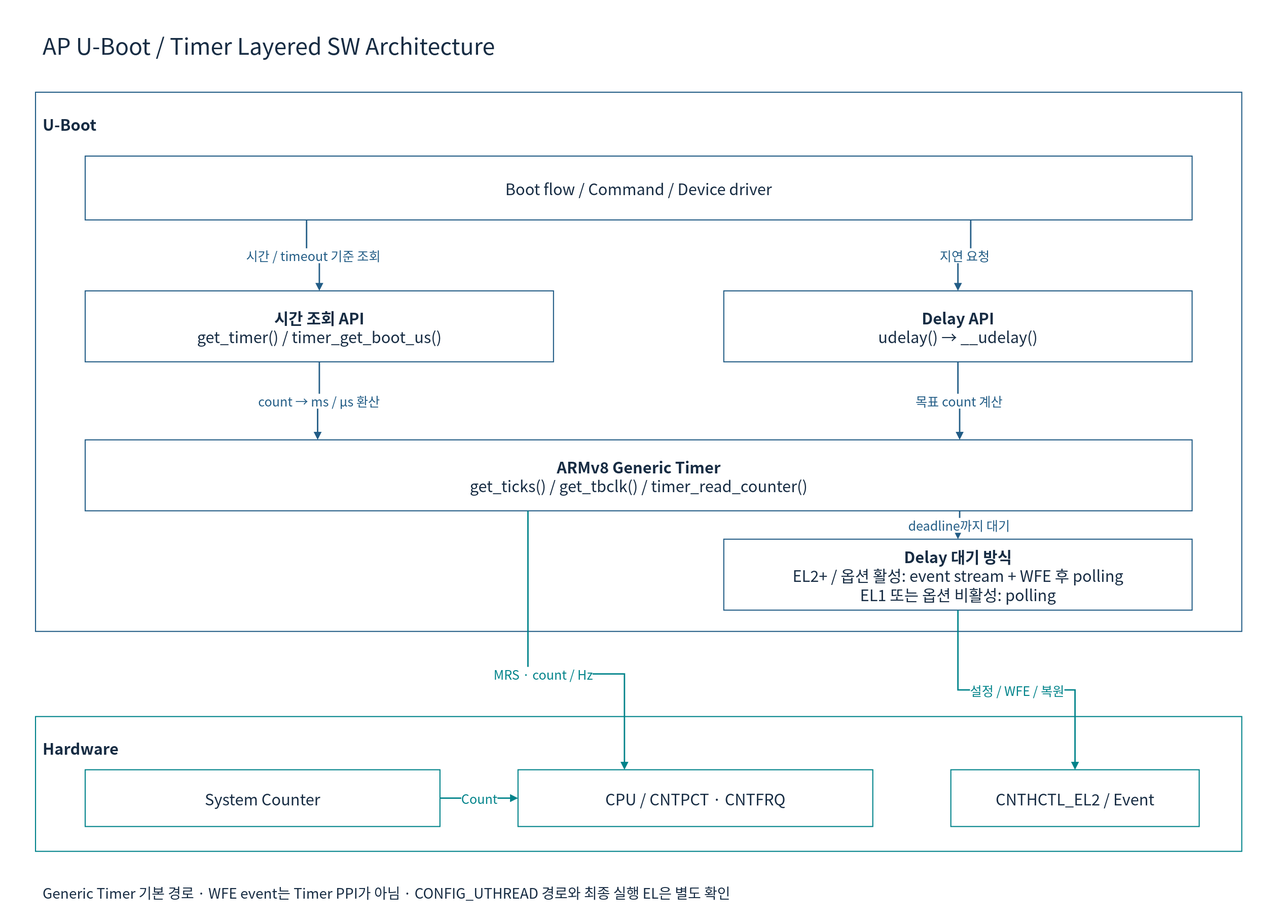
The draw.io diagram doc/phase1/timer/diagrams/08d-uboot-software.drawio.svg in cometzero/project-apollo, before a commit. Source tidied: cells renumbered, new cells last; positions are measured from the earlier drawing's top-left corner, leaving out a move shared by most shapes. The source it was exported from:
```xml
<mxGraphModel background="#FFFFFF">
  <root>
    <mxCell id="0" />
    <mxCell id="1" parent="0" />
    <mxCell id="2" style="rounded=0;whiteSpace=wrap;html=1;fillColor=#FFFFFF;strokeColor=none;strokeWidth=1.5;fontColor=#172C43;fontFamily=Noto Sans CJK KR;fontSize=22;spacing=10;" parent="1" vertex="1">
      <mxGeometry width="1800" height="1300" as="geometry" />
    </mxCell>
    <mxCell id="3" value="AP U-Boot / Timer Layered SW Architecture" style="rounded=0;whiteSpace=wrap;html=1;fillColor=#FFFFFF;strokeColor=none;strokeWidth=1.5;fontColor=#172C43;fontFamily=Noto Sans CJK KR;fontSize=22;spacing=10;fontSize=32;align=left;" parent="1" vertex="1">
      <mxGeometry x="50" y="30" width="1700" height="65" as="geometry" />
    </mxCell>
    <mxCell id="4" value="U-Boot" style="rounded=0;whiteSpace=wrap;html=1;fillColor=#FFFFFF;strokeColor=#235D86;strokeWidth=1.5;fontColor=#172C43;fontFamily=Noto Sans CJK KR;fontSize=22;spacing=10;verticalAlign=top;fontStyle=1;spacingTop=16;align=left;" parent="1" vertex="1">
      <mxGeometry x="50" y="130" width="1700" height="760" as="geometry" />
    </mxCell>
    <mxCell id="5" value="Boot flow / Command / Device driver" style="rounded=0;whiteSpace=wrap;html=1;fillColor=#FFFFFF;strokeColor=#235D86;strokeWidth=1.5;fontColor=#172C43;fontFamily=Noto Sans CJK KR;fontSize=22;spacing=10;" parent="4" vertex="1">
      <mxGeometry x="70" y="90" width="1560" height="90" as="geometry" />
    </mxCell>
    <mxCell id="6" value="&lt;b&gt;시간 조회 API&lt;/b&gt;&lt;br&gt;get_timer() / timer_get_boot_us()" style="rounded=0;whiteSpace=wrap;html=1;fillColor=#FFFFFF;strokeColor=#235D86;strokeWidth=1.5;fontColor=#172C43;fontFamily=Noto Sans CJK KR;fontSize=22;spacing=10;" parent="4" vertex="1">
      <mxGeometry x="70" y="280" width="660" height="100" as="geometry" />
    </mxCell>
    <mxCell id="7" value="&lt;b&gt;Delay API&lt;/b&gt;&lt;br&gt;udelay() → __udelay()" style="rounded=0;whiteSpace=wrap;html=1;fillColor=#FFFFFF;strokeColor=#235D86;strokeWidth=1.5;fontColor=#172C43;fontFamily=Noto Sans CJK KR;fontSize=22;spacing=10;" parent="4" vertex="1">
      <mxGeometry x="970" y="280" width="660" height="100" as="geometry" />
    </mxCell>
    <mxCell id="8" value="&lt;b&gt;ARMv8 Generic Timer&lt;/b&gt;&lt;br&gt;get_ticks() / get_tbclk() / timer_read_counter()" style="rounded=0;whiteSpace=wrap;html=1;fillColor=#FFFFFF;strokeColor=#235D86;strokeWidth=1.5;fontColor=#172C43;fontFamily=Noto Sans CJK KR;fontSize=22;spacing=10;" parent="4" vertex="1">
      <mxGeometry x="70" y="490" width="1560" height="100" as="geometry" />
    </mxCell>
    <mxCell id="9" value="&lt;b&gt;Delay 대기 방식&lt;/b&gt;&lt;br&gt;EL2+ / 옵션 활성: event stream + WFE 후 polling&lt;br&gt;EL1 또는 옵션 비활성: polling" style="rounded=0;whiteSpace=wrap;html=1;fillColor=#FFFFFF;strokeColor=#235D86;strokeWidth=1.5;fontColor=#172C43;fontFamily=Noto Sans CJK KR;fontSize=22;spacing=10;" parent="4" vertex="1">
      <mxGeometry x="970" y="630" width="660" height="100" as="geometry" />
    </mxCell>
    <mxCell id="10" value="시간 / timeout 기준 조회" style="edgeStyle=orthogonalEdgeStyle;rounded=0;html=1;endArrow=block;endFill=1;strokeWidth=2;strokeColor=#235D86;fontColor=#235D86;fontFamily=Noto Sans CJK KR;fontSize=18;labelBackgroundColor=#FFFFFF;exitX=0.2;exitY=1;entryX=0.5;entryY=0;" parent="1" edge="1" source="5" target="6">
      <mxGeometry relative="1" as="geometry" />
    </mxCell>
    <mxCell id="11" value="지연 요청" style="edgeStyle=orthogonalEdgeStyle;rounded=0;html=1;endArrow=block;endFill=1;strokeWidth=2;strokeColor=#235D86;fontColor=#235D86;fontFamily=Noto Sans CJK KR;fontSize=18;labelBackgroundColor=#FFFFFF;exitX=0.8;exitY=1;entryX=0.5;entryY=0;" parent="1" edge="1" source="5" target="7">
      <mxGeometry relative="1" as="geometry" />
    </mxCell>
    <mxCell id="12" value="count → ms / μs 환산" style="edgeStyle=orthogonalEdgeStyle;rounded=0;html=1;endArrow=block;endFill=1;strokeWidth=2;strokeColor=#235D86;fontColor=#235D86;fontFamily=Noto Sans CJK KR;fontSize=18;labelBackgroundColor=#FFFFFF;exitX=0.5;exitY=1;entryX=0.21;entryY=0;" parent="1" edge="1" source="6" target="8">
      <mxGeometry relative="1" as="geometry" />
    </mxCell>
    <mxCell id="13" value="목표 count 계산" style="edgeStyle=orthogonalEdgeStyle;rounded=0;html=1;endArrow=block;endFill=1;strokeWidth=2;strokeColor=#235D86;fontColor=#235D86;fontFamily=Noto Sans CJK KR;fontSize=18;labelBackgroundColor=#FFFFFF;exitX=0.5;exitY=1;entryX=0.79;entryY=0;" parent="1" edge="1" source="7" target="8">
      <mxGeometry relative="1" as="geometry" />
    </mxCell>
    <mxCell id="14" value="deadline까지 대기" style="edgeStyle=orthogonalEdgeStyle;rounded=0;html=1;endArrow=block;endFill=1;strokeWidth=2;strokeColor=#235D86;fontColor=#235D86;fontFamily=Noto Sans CJK KR;fontSize=18;labelBackgroundColor=#FFFFFF;exitX=0.79;exitY=1;entryX=0.5;entryY=0;" parent="1" edge="1" source="8" target="9">
      <mxGeometry relative="1" as="geometry" />
    </mxCell>
    <mxCell id="15" value="Hardware" style="rounded=0;whiteSpace=wrap;html=1;fillColor=#FFFFFF;strokeColor=#00838A;strokeWidth=1.5;fontColor=#172C43;fontFamily=Noto Sans CJK KR;fontSize=22;spacing=10;verticalAlign=top;fontStyle=1;spacingTop=16;align=left;" parent="1" vertex="1">
      <mxGeometry x="50" y="1010" width="1700" height="190" as="geometry" />
    </mxCell>
    <mxCell id="16" value="System Counter" style="rounded=0;whiteSpace=wrap;html=1;fillColor=#FFFFFF;strokeColor=#00838A;strokeWidth=1.5;fontColor=#172C43;fontFamily=Noto Sans CJK KR;fontSize=22;spacing=10;" parent="15" vertex="1">
      <mxGeometry x="70" y="75" width="500" height="80" as="geometry" />
    </mxCell>
    <mxCell id="17" value="CPU / CNTPCT · CNTFRQ" style="rounded=0;whiteSpace=wrap;html=1;fillColor=#FFFFFF;strokeColor=#00838A;strokeWidth=1.5;fontColor=#172C43;fontFamily=Noto Sans CJK KR;fontSize=22;spacing=10;" parent="15" vertex="1">
      <mxGeometry x="680" y="75" width="500" height="80" as="geometry" />
    </mxCell>
    <mxCell id="18" value="CNTHCTL_EL2 / Event" style="rounded=0;whiteSpace=wrap;html=1;fillColor=#FFFFFF;strokeColor=#00838A;strokeWidth=1.5;fontColor=#172C43;fontFamily=Noto Sans CJK KR;fontSize=22;spacing=10;" parent="15" vertex="1">
      <mxGeometry x="1290" y="75" width="350" height="80" as="geometry" />
    </mxCell>
    <mxCell id="19" value="Count" style="edgeStyle=orthogonalEdgeStyle;rounded=0;html=1;endArrow=block;endFill=1;strokeWidth=2;strokeColor=#00838A;fontColor=#00838A;fontFamily=Noto Sans CJK KR;fontSize=18;labelBackgroundColor=#FFFFFF;exitX=1;exitY=0.5;entryX=0;entryY=0.5;" parent="1" edge="1" source="16" target="17">
      <mxGeometry relative="1" as="geometry" />
    </mxCell>
    <mxCell id="20" value="MRS · count / Hz" style="edgeStyle=orthogonalEdgeStyle;rounded=0;html=1;endArrow=block;endFill=1;strokeWidth=2;strokeColor=#00838A;fontColor=#00838A;fontFamily=Noto Sans CJK KR;fontSize=18;labelBackgroundColor=#FFFFFF;exitX=0.4;exitY=1;entryX=0.3;entryY=0;" parent="1" edge="1" source="8" target="17">
      <mxGeometry relative="1" as="geometry">
        <Array as="points">
          <mxPoint x="744" y="950" />
          <mxPoint x="880" y="950" />
        </Array>
      </mxGeometry>
    </mxCell>
    <mxCell id="21" value="설정 / WFE / 복원" style="edgeStyle=orthogonalEdgeStyle;rounded=0;html=1;endArrow=block;endFill=1;strokeWidth=2;strokeColor=#00838A;fontColor=#00838A;fontFamily=Noto Sans CJK KR;fontSize=18;labelBackgroundColor=#FFFFFF;exitX=0.5;exitY=1;entryX=0.5;entryY=0;" parent="1" edge="1" source="9" target="18">
      <mxGeometry relative="1" as="geometry" />
    </mxCell>
    <mxCell id="22" value="Generic Timer 기본 경로 · WFE event는 Timer PPI가 아님 · CONFIG_UTHREAD 경로와 최종 실행 EL은 별도 확인" style="rounded=0;whiteSpace=wrap;html=1;fillColor=#FFFFFF;strokeColor=none;strokeWidth=1.5;fontColor=#172C43;fontFamily=Noto Sans CJK KR;fontSize=22;spacing=10;fontSize=20;align=left;" parent="1" vertex="1">
      <mxGeometry x="50" y="1230" width="1700" height="55" as="geometry" />
    </mxCell>
  </root>
</mxGraphModel>
```
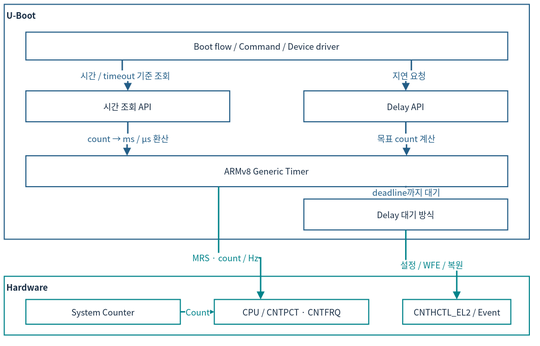
The same diagram one commit later.

Diff of the diagram source:
```diff
@@ -2,73 +2,64 @@
   <root>
     <mxCell id="0" />
     <mxCell id="1" parent="0" />
-    <mxCell id="2" style="rounded=0;whiteSpace=wrap;html=1;fillColor=#FFFFFF;strokeColor=none;strokeWidth=1.5;fontColor=#172C43;fontFamily=Noto Sans CJK KR;fontSize=22;spacing=10;" parent="1" vertex="1">
-      <mxGeometry width="1800" height="1300" as="geometry" />
-    </mxCell>
-    <mxCell id="3" value="AP U-Boot / Timer Layered SW Architecture" style="rounded=0;whiteSpace=wrap;html=1;fillColor=#FFFFFF;strokeColor=none;strokeWidth=1.5;fontColor=#172C43;fontFamily=Noto Sans CJK KR;fontSize=22;spacing=10;fontSize=32;align=left;" parent="1" vertex="1">
-      <mxGeometry x="50" y="30" width="1700" height="65" as="geometry" />
-    </mxCell>
-    <mxCell id="4" value="U-Boot" style="rounded=0;whiteSpace=wrap;html=1;fillColor=#FFFFFF;strokeColor=#235D86;strokeWidth=1.5;fontColor=#172C43;fontFamily=Noto Sans CJK KR;fontSize=22;spacing=10;verticalAlign=top;fontStyle=1;spacingTop=16;align=left;" parent="1" vertex="1">
-      <mxGeometry x="50" y="130" width="1700" height="760" as="geometry" />
+    <mxCell id="4" value="U-Boot" style="rounded=0;whiteSpace=wrap;html=1;fillColor=#FFFFFF;strokeColor=#235D86;strokeWidth=1.5;fontColor=#172C43;fontFamily=Noto Sans CJK KR;verticalAlign=top;fontStyle=1;align=left;fontSize=12;spacing=3;whiteSpace=wrap;" parent="1" vertex="1">
+      <mxGeometry x="12" y="35.9" width="740" height="330.8" as="geometry" />
     </mxCell>
-    <mxCell id="5" value="Boot flow / Command / Device driver" style="rounded=0;whiteSpace=wrap;html=1;fillColor=#FFFFFF;strokeColor=#235D86;strokeWidth=1.5;fontColor=#172C43;fontFamily=Noto Sans CJK KR;fontSize=22;spacing=10;" parent="4" vertex="1">
-      <mxGeometry x="70" y="90" width="1560" height="90" as="geometry" />
+    <mxCell id="5" value="Boot flow / Command / Device driver" style="rounded=0;whiteSpace=wrap;html=1;fillColor=#FFFFFF;strokeColor=#235D86;strokeWidth=1.5;fontColor=#172C43;fontFamily=Noto Sans CJK KR;fontSize=12;spacing=3;whiteSpace=wrap;" parent="4" vertex="1">
+      <mxGeometry x="30.5" y="39.2" width="679.1" height="39.2" as="geometry" />
     </mxCell>
-    <mxCell id="6" value="&lt;b&gt;시간 조회 API&lt;/b&gt;&lt;br&gt;get_timer() / timer_get_boot_us()" style="rounded=0;whiteSpace=wrap;html=1;fillColor=#FFFFFF;strokeColor=#235D86;strokeWidth=1.5;fontColor=#172C43;fontFamily=Noto Sans CJK KR;fontSize=22;spacing=10;" parent="4" vertex="1">
-      <mxGeometry x="70" y="280" width="660" height="100" as="geometry" />
+    <mxCell id="6" value="시간 조회 API" style="rounded=0;whiteSpace=wrap;html=1;fillColor=#FFFFFF;strokeColor=#235D86;strokeWidth=1.5;fontColor=#172C43;fontFamily=Noto Sans CJK KR;fontSize=12;spacing=3;whiteSpace=wrap;" parent="4" vertex="1">
+      <mxGeometry x="30.5" y="121.9" width="287.3" height="43.5" as="geometry" />
     </mxCell>
-    <mxCell id="7" value="&lt;b&gt;Delay API&lt;/b&gt;&lt;br&gt;udelay() → __udelay()" style="rounded=0;whiteSpace=wrap;html=1;fillColor=#FFFFFF;strokeColor=#235D86;strokeWidth=1.5;fontColor=#172C43;fontFamily=Noto Sans CJK KR;fontSize=22;spacing=10;" parent="4" vertex="1">
-      <mxGeometry x="970" y="280" width="660" height="100" as="geometry" />
+    <mxCell id="7" value="Delay API" style="rounded=0;whiteSpace=wrap;html=1;fillColor=#FFFFFF;strokeColor=#235D86;strokeWidth=1.5;fontColor=#172C43;fontFamily=Noto Sans CJK KR;fontSize=12;spacing=3;whiteSpace=wrap;" parent="4" vertex="1">
+      <mxGeometry x="422.2" y="121.9" width="287.3" height="43.5" as="geometry" />
     </mxCell>
-    <mxCell id="8" value="&lt;b&gt;ARMv8 Generic Timer&lt;/b&gt;&lt;br&gt;get_ticks() / get_tbclk() / timer_read_counter()" style="rounded=0;whiteSpace=wrap;html=1;fillColor=#FFFFFF;strokeColor=#235D86;strokeWidth=1.5;fontColor=#172C43;fontFamily=Noto Sans CJK KR;fontSize=22;spacing=10;" parent="4" vertex="1">
-      <mxGeometry x="70" y="490" width="1560" height="100" as="geometry" />
+    <mxCell id="8" value="ARMv8 Generic Timer" style="rounded=0;whiteSpace=wrap;html=1;fillColor=#FFFFFF;strokeColor=#235D86;strokeWidth=1.5;fontColor=#172C43;fontFamily=Noto Sans CJK KR;fontSize=12;spacing=3;whiteSpace=wrap;" parent="4" vertex="1">
+      <mxGeometry x="30.5" y="213.3" width="679.1" height="43.5" as="geometry" />
     </mxCell>
-    <mxCell id="9" value="&lt;b&gt;Delay 대기 방식&lt;/b&gt;&lt;br&gt;EL2+ / 옵션 활성: event stream + WFE 후 polling&lt;br&gt;EL1 또는 옵션 비활성: polling" style="rounded=0;whiteSpace=wrap;html=1;fillColor=#FFFFFF;strokeColor=#235D86;strokeWidth=1.5;fontColor=#172C43;fontFamily=Noto Sans CJK KR;fontSize=22;spacing=10;" parent="4" vertex="1">
-      <mxGeometry x="970" y="630" width="660" height="100" as="geometry" />
+    <mxCell id="9" value="Delay 대기 방식" style="rounded=0;whiteSpace=wrap;html=1;fillColor=#FFFFFF;strokeColor=#235D86;strokeWidth=1.5;fontColor=#172C43;fontFamily=Noto Sans CJK KR;fontSize=12;spacing=3;whiteSpace=wrap;" parent="4" vertex="1">
+      <mxGeometry x="422.2" y="274.2" width="287.3" height="43.5" as="geometry" />
     </mxCell>
-    <mxCell id="10" value="시간 / timeout 기준 조회" style="edgeStyle=orthogonalEdgeStyle;rounded=0;html=1;endArrow=block;endFill=1;strokeWidth=2;strokeColor=#235D86;fontColor=#235D86;fontFamily=Noto Sans CJK KR;fontSize=18;labelBackgroundColor=#FFFFFF;exitX=0.2;exitY=1;entryX=0.5;entryY=0;" parent="1" edge="1" source="5" target="6">
+    <mxCell id="10" value="시간 / timeout 기준 조회" style="edgeStyle=orthogonalEdgeStyle;rounded=0;html=1;endArrow=block;endFill=1;strokeWidth=2;strokeColor=#235D86;fontColor=#235D86;fontFamily=Noto Sans CJK KR;labelBackgroundColor=#FFFFFF;exitX=0.2;exitY=1;entryX=0.5;entryY=0;fontSize=12;spacing=3;whiteSpace=nowrap;" parent="1" edge="1" source="5" target="6">
       <mxGeometry relative="1" as="geometry" />
     </mxCell>
-    <mxCell id="11" value="지연 요청" style="edgeStyle=orthogonalEdgeStyle;rounded=0;html=1;endArrow=block;endFill=1;strokeWidth=2;strokeColor=#235D86;fontColor=#235D86;fontFamily=Noto Sans CJK KR;fontSize=18;labelBackgroundColor=#FFFFFF;exitX=0.8;exitY=1;entryX=0.5;entryY=0;" parent="1" edge="1" source="5" target="7">
+    <mxCell id="11" value="지연 요청" style="edgeStyle=orthogonalEdgeStyle;rounded=0;html=1;endArrow=block;endFill=1;strokeWidth=2;strokeColor=#235D86;fontColor=#235D86;fontFamily=Noto Sans CJK KR;labelBackgroundColor=#FFFFFF;exitX=0.8;exitY=1;entryX=0.5;entryY=0;fontSize=12;spacing=3;whiteSpace=nowrap;" parent="1" edge="1" source="5" target="7">
       <mxGeometry relative="1" as="geometry" />
     </mxCell>
-    <mxCell id="12" value="count → ms / μs 환산" style="edgeStyle=orthogonalEdgeStyle;rounded=0;html=1;endArrow=block;endFill=1;strokeWidth=2;strokeColor=#235D86;fontColor=#235D86;fontFamily=Noto Sans CJK KR;fontSize=18;labelBackgroundColor=#FFFFFF;exitX=0.5;exitY=1;entryX=0.21;entryY=0;" parent="1" edge="1" source="6" target="8">
+    <mxCell id="12" value="count → ms / μs 환산" style="edgeStyle=orthogonalEdgeStyle;rounded=0;html=1;endArrow=block;endFill=1;strokeWidth=2;strokeColor=#235D86;fontColor=#235D86;fontFamily=Noto Sans CJK KR;labelBackgroundColor=#FFFFFF;exitX=0.5;exitY=1;entryX=0.21;entryY=0;fontSize=12;spacing=3;whiteSpace=nowrap;" parent="1" edge="1" source="6" target="8">
       <mxGeometry relative="1" as="geometry" />
     </mxCell>
-    <mxCell id="13" value="목표 count 계산" style="edgeStyle=orthogonalEdgeStyle;rounded=0;html=1;endArrow=block;endFill=1;strokeWidth=2;strokeColor=#235D86;fontColor=#235D86;fontFamily=Noto Sans CJK KR;fontSize=18;labelBackgroundColor=#FFFFFF;exitX=0.5;exitY=1;entryX=0.79;entryY=0;" parent="1" edge="1" source="7" target="8">
+    <mxCell id="13" value="목표 count 계산" style="edgeStyle=orthogonalEdgeStyle;rounded=0;html=1;endArrow=block;endFill=1;strokeWidth=2;strokeColor=#235D86;fontColor=#235D86;fontFamily=Noto Sans CJK KR;labelBackgroundColor=#FFFFFF;exitX=0.5;exitY=1;entryX=0.79;entryY=0;fontSize=12;spacing=3;whiteSpace=nowrap;" parent="1" edge="1" source="7" target="8">
       <mxGeometry relative="1" as="geometry" />
     </mxCell>
-    <mxCell id="14" value="deadline까지 대기" style="edgeStyle=orthogonalEdgeStyle;rounded=0;html=1;endArrow=block;endFill=1;strokeWidth=2;strokeColor=#235D86;fontColor=#235D86;fontFamily=Noto Sans CJK KR;fontSize=18;labelBackgroundColor=#FFFFFF;exitX=0.79;exitY=1;entryX=0.5;entryY=0;" parent="1" edge="1" source="8" target="9">
+    <mxCell id="14" value="deadline까지 대기" style="edgeStyle=orthogonalEdgeStyle;rounded=0;html=1;endArrow=block;endFill=1;strokeWidth=2;strokeColor=#235D86;fontColor=#235D86;fontFamily=Noto Sans CJK KR;labelBackgroundColor=#FFFFFF;exitX=0.79;exitY=1;entryX=0.5;entryY=0;fontSize=12;spacing=3;whiteSpace=nowrap;" parent="1" edge="1" source="8" target="9">
       <mxGeometry relative="1" as="geometry" />
     </mxCell>
-    <mxCell id="15" value="Hardware" style="rounded=0;whiteSpace=wrap;html=1;fillColor=#FFFFFF;strokeColor=#00838A;strokeWidth=1.5;fontColor=#172C43;fontFamily=Noto Sans CJK KR;fontSize=22;spacing=10;verticalAlign=top;fontStyle=1;spacingTop=16;align=left;" parent="1" vertex="1">
-      <mxGeometry x="50" y="1010" width="1700" height="190" as="geometry" />
+    <mxCell id="15" value="Hardware" style="rounded=0;whiteSpace=wrap;html=1;fillColor=#FFFFFF;strokeColor=#00838A;strokeWidth=1.5;fontColor=#172C43;fontFamily=Noto Sans CJK KR;verticalAlign=top;fontStyle=1;align=left;fontSize=12;spacing=3;whiteSpace=wrap;" parent="1" vertex="1">
+      <mxGeometry x="12" y="419" width="740" height="82.7" as="geometry" />
     </mxCell>
-    <mxCell id="16" value="System Counter" style="rounded=0;whiteSpace=wrap;html=1;fillColor=#FFFFFF;strokeColor=#00838A;strokeWidth=1.5;fontColor=#172C43;fontFamily=Noto Sans CJK KR;fontSize=22;spacing=10;" parent="15" vertex="1">
-      <mxGeometry x="70" y="75" width="500" height="80" as="geometry" />
+    <mxCell id="16" value="System Counter" style="rounded=0;whiteSpace=wrap;html=1;fillColor=#FFFFFF;strokeColor=#00838A;strokeWidth=1.5;fontColor=#172C43;fontFamily=Noto Sans CJK KR;fontSize=12;spacing=3;whiteSpace=wrap;" parent="15" vertex="1">
+      <mxGeometry x="30.5" y="32.6" width="217.7" height="34.8" as="geometry" />
     </mxCell>
-    <mxCell id="17" value="CPU / CNTPCT · CNTFRQ" style="rounded=0;whiteSpace=wrap;html=1;fillColor=#FFFFFF;strokeColor=#00838A;strokeWidth=1.5;fontColor=#172C43;fontFamily=Noto Sans CJK KR;fontSize=22;spacing=10;" parent="15" vertex="1">
-      <mxGeometry x="680" y="75" width="500" height="80" as="geometry" />
+    <mxCell id="17" value="CPU / CNTPCT · CNTFRQ" style="rounded=0;whiteSpace=wrap;html=1;fillColor=#FFFFFF;strokeColor=#00838A;strokeWidth=1.5;fontColor=#172C43;fontFamily=Noto Sans CJK KR;fontSize=12;spacing=3;whiteSpace=wrap;" parent="15" vertex="1">
+      <mxGeometry x="296" y="32.6" width="217.7" height="34.8" as="geometry" />
     </mxCell>
-    <mxCell id="18" value="CNTHCTL_EL2 / Event" style="rounded=0;whiteSpace=wrap;html=1;fillColor=#FFFFFF;strokeColor=#00838A;strokeWidth=1.5;fontColor=#172C43;fontFamily=Noto Sans CJK KR;fontSize=22;spacing=10;" parent="15" vertex="1">
-      <mxGeometry x="1290" y="75" width="350" height="80" as="geometry" />
+    <mxCell id="18" value="CNTHCTL_EL2 / Event" style="rounded=0;whiteSpace=wrap;html=1;fillColor=#FFFFFF;strokeColor=#00838A;strokeWidth=1.5;fontColor=#172C43;fontFamily=Noto Sans CJK KR;fontSize=12;spacing=3;whiteSpace=wrap;" parent="15" vertex="1">
+      <mxGeometry x="561.5" y="32.6" width="152.3" height="34.8" as="geometry" />
     </mxCell>
-    <mxCell id="19" value="Count" style="edgeStyle=orthogonalEdgeStyle;rounded=0;html=1;endArrow=block;endFill=1;strokeWidth=2;strokeColor=#00838A;fontColor=#00838A;fontFamily=Noto Sans CJK KR;fontSize=18;labelBackgroundColor=#FFFFFF;exitX=1;exitY=0.5;entryX=0;entryY=0.5;" parent="1" edge="1" source="16" target="17">
+    <mxCell id="19" value="Count" style="edgeStyle=orthogonalEdgeStyle;rounded=0;html=1;endArrow=block;endFill=1;strokeWidth=2;strokeColor=#00838A;fontColor=#00838A;fontFamily=Noto Sans CJK KR;labelBackgroundColor=#FFFFFF;exitX=1;exitY=0.5;entryX=0;entryY=0.5;fontSize=12;spacing=3;whiteSpace=nowrap;" parent="1" edge="1" source="16" target="17">
       <mxGeometry relative="1" as="geometry" />
     </mxCell>
-    <mxCell id="20" value="MRS · count / Hz" style="edgeStyle=orthogonalEdgeStyle;rounded=0;html=1;endArrow=block;endFill=1;strokeWidth=2;strokeColor=#00838A;fontColor=#00838A;fontFamily=Noto Sans CJK KR;fontSize=18;labelBackgroundColor=#FFFFFF;exitX=0.4;exitY=1;entryX=0.3;entryY=0;" parent="1" edge="1" source="8" target="17">
+    <mxCell id="20" value="MRS · count / Hz" style="edgeStyle=orthogonalEdgeStyle;rounded=0;html=1;endArrow=block;endFill=1;strokeWidth=2;strokeColor=#00838A;fontColor=#00838A;fontFamily=Noto Sans CJK KR;labelBackgroundColor=#FFFFFF;exitX=0.4;exitY=1;entryX=0.3;entryY=0;fontSize=12;spacing=3;whiteSpace=nowrap;" parent="1" edge="1" source="8" target="17">
       <mxGeometry relative="1" as="geometry">
         <Array as="points">
-          <mxPoint x="744" y="950" />
-          <mxPoint x="880" y="950" />
+          <mxPoint x="314.1" y="392.9" />
+          <mxPoint x="373.3" y="392.9" />
         </Array>
       </mxGeometry>
     </mxCell>
-    <mxCell id="21" value="설정 / WFE / 복원" style="edgeStyle=orthogonalEdgeStyle;rounded=0;html=1;endArrow=block;endFill=1;strokeWidth=2;strokeColor=#00838A;fontColor=#00838A;fontFamily=Noto Sans CJK KR;fontSize=18;labelBackgroundColor=#FFFFFF;exitX=0.5;exitY=1;entryX=0.5;entryY=0;" parent="1" edge="1" source="9" target="18">
+    <mxCell id="21" value="설정 / WFE / 복원" style="edgeStyle=orthogonalEdgeStyle;rounded=0;html=1;endArrow=block;endFill=1;strokeWidth=2;strokeColor=#00838A;fontColor=#00838A;fontFamily=Noto Sans CJK KR;labelBackgroundColor=#FFFFFF;exitX=0.5;exitY=1;entryX=0.5;entryY=0;fontSize=12;spacing=3;whiteSpace=nowrap;" parent="1" edge="1" source="9" target="18">
       <mxGeometry relative="1" as="geometry" />
     </mxCell>
-    <mxCell id="22" value="Generic Timer 기본 경로 · WFE event는 Timer PPI가 아님 · CONFIG_UTHREAD 경로와 최종 실행 EL은 별도 확인" style="rounded=0;whiteSpace=wrap;html=1;fillColor=#FFFFFF;strokeColor=none;strokeWidth=1.5;fontColor=#172C43;fontFamily=Noto Sans CJK KR;fontSize=22;spacing=10;fontSize=20;align=left;" parent="1" vertex="1">
-      <mxGeometry x="50" y="1230" width="1700" height="55" as="geometry" />
-    </mxCell>
   </root>
 </mxGraphModel>
```
